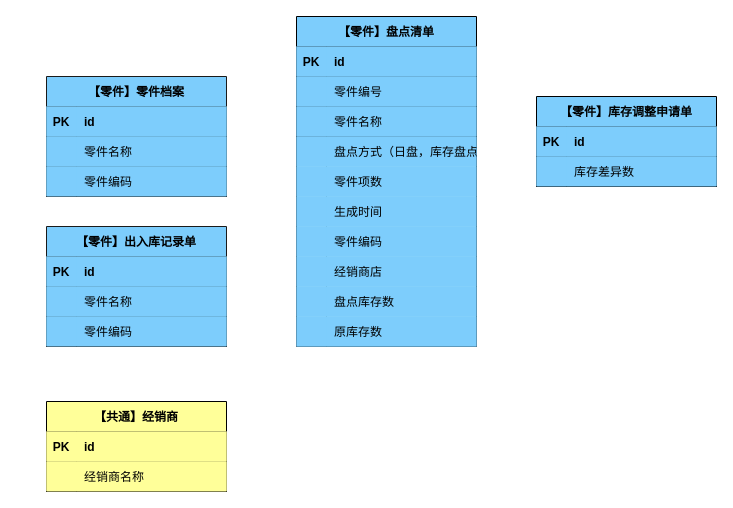
Earlier version of the draw.io diagram page "聚合根" (5 of 6) of 库存管理-库存盘点.drawio (1132489442/gitRepository1). Source tidied: cells renumbered, new cells numbered last; positions are measured from the earlier drawing's top-left corner, leaving out a move shared by most shapes. Both pictures are drawn from the tidied source at 100%, with x=0, y=0 at pixel (46, 16).
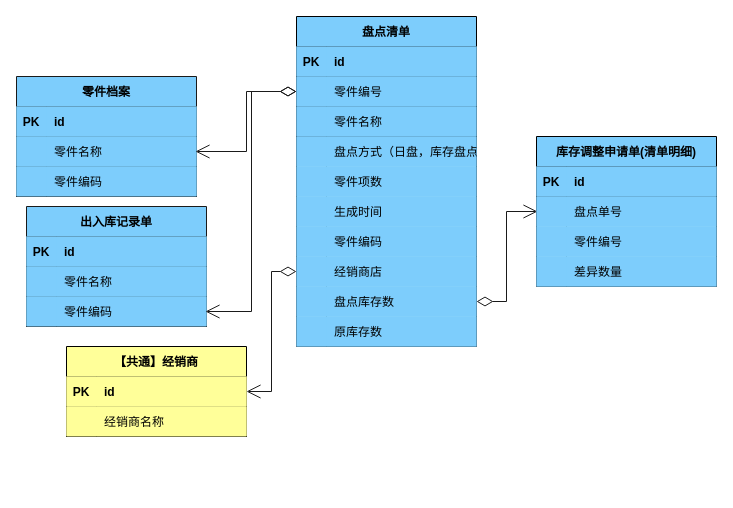
After the change.

Unchanged cells that the change refers to:
```xml
<mxCell id="6" style="shape=tableRow;horizontal=0;startSize=0;swimlaneHead=0;swimlaneBody=0;fillColor=#7DCDFC;points=[[0,0.5],[1,0.5]];portConstraint=eastwest;top=0;left=0;right=0;bottom=1;" parent="2" vertex="1">
  <mxGeometry y="60" width="180" height="30" as="geometry" />
</mxCell>
<mxCell id="24" style="shape=tableRow;horizontal=0;startSize=0;swimlaneHead=0;swimlaneBody=0;fillColor=#7DCDFC;points=[[0,0.5],[1,0.5]];portConstraint=eastwest;top=0;left=0;right=0;bottom=0;" parent="2" vertex="1">
  <mxGeometry y="240" width="180" height="30" as="geometry" />
</mxCell>
<mxCell id="27" style="shape=tableRow;horizontal=0;startSize=0;swimlaneHead=0;swimlaneBody=0;fillColor=#7DCDFC;points=[[0,0.5],[1,0.5]];portConstraint=eastwest;top=0;left=0;right=0;bottom=0;" parent="2" vertex="1">
  <mxGeometry y="270" width="180" height="30" as="geometry" />
</mxCell>
<mxCell id="37" style="shape=tableRow;horizontal=0;startSize=0;swimlaneHead=0;swimlaneBody=0;fillColor=#7DCDFC;points=[[0,0.5],[1,0.5]];portConstraint=eastwest;top=0;left=0;right=0;bottom=1;strokeColor=#1A1A1A;" parent="33" vertex="1">
  <mxGeometry y="60" width="180" height="30" as="geometry" />
</mxCell>
<mxCell id="57" style="shape=tableRow;horizontal=0;startSize=0;swimlaneHead=0;swimlaneBody=0;fillColor=#7DCDFC;points=[[0,0.5],[1,0.5]];portConstraint=eastwest;top=0;left=0;right=0;bottom=1;strokeColor=#1A1A1A;" parent="50" vertex="1">
  <mxGeometry y="90" width="180" height="30" as="geometry" />
</mxCell>
<mxCell id="61" style="shape=tableRow;horizontal=0;startSize=0;swimlaneHead=0;swimlaneBody=0;fillColor=#FFFF99;points=[[0,0.5],[1,0.5]];portConstraint=eastwest;top=0;left=0;right=0;bottom=1;" parent="60" vertex="1">
  <mxGeometry y="30" width="180" height="30" as="geometry" />
</mxCell>
```

What changed in the source:
```diff
@@
-    <mxCell id="2" value="【零件】盘点清单" style="shape=table;startSize=30;childLayout=tableLayout;rowLines=0;fontStyle=1;align=center;fillColor=#7DCDFC;" parent="1" vertex="1">
+    <mxCell id="2" value="盘点清单" style="shape=table;startSize=30;childLayout=tableLayout;rowLines=0;fontStyle=1;align=center;fillColor=#7DCDFC;" parent="1" vertex="1">
       <mxGeometry x="250" width="180" height="330" as="geometry" />
     </mxCell>
@@
-    <mxCell id="33" value="【零件】零件档案" style="shape=table;startSize=30;childLayout=tableLayout;rowLines=0;fontStyle=1;align=center;fillColor=#7DCDFC;strokeColor=#1A1A1A;" parent="1" vertex="1">
-      <mxGeometry y="60" width="180" height="120" as="geometry" />
+    <mxCell id="33" value="零件档案" style="shape=table;startSize=30;childLayout=tableLayout;rowLines=0;fontStyle=1;align=center;fillColor=#7DCDFC;strokeColor=#1A1A1A;" parent="1" vertex="1">
+      <mxGeometry x="-30" y="60" width="180" height="120" as="geometry" />
     </mxCell>
@@
-    <mxCell id="43" value="【零件】库存调整申请单" style="shape=table;startSize=30;childLayout=tableLayout;rowLines=0;fontStyle=1;align=center;fillColor=#7DCDFC;" parent="1" vertex="1">
-      <mxGeometry x="490" y="80" width="180" height="90" as="geometry" />
-    </mxCell>
-    <mxCell id="44" style="shape=tableRow;horizontal=0;startSize=0;swimlaneHead=0;swimlaneBody=0;fillColor=#7DCDFC;top=0;left=0;right=0;bottom=1;" parent="43" vertex="1">
-      <mxGeometry y="30" width="180" height="30" as="geometry" />
-    </mxCell>
-    <mxCell id="45" value="PK" style="shape=partialRectangle;fillColor=#7DCDFC;top=0;left=0;bottom=0;right=0;fontStyle=1;overflow=hidden;" parent="44" vertex="1">
-      <mxGeometry width="30" height="30" as="geometry" />
-    </mxCell>
-    <mxCell id="46" value="id" style="shape=partialRectangle;fillColor=#7DCDFC;top=0;left=0;bottom=0;right=0;align=left;spacingLeft=6;fontStyle=1;overflow=hidden;" parent="44" vertex="1">
-      <mxGeometry x="30" width="150" height="30" as="geometry" />
-    </mxCell>
-    <mxCell id="47" style="shape=tableRow;horizontal=0;startSize=0;swimlaneHead=0;swimlaneBody=0;fillColor=#7DCDFC;top=0;left=0;right=0;bottom=1;fontStyle=0;" parent="43" vertex="1">
-      <mxGeometry y="60" width="180" height="30" as="geometry" />
-    </mxCell>
-    <mxCell id="48" style="shape=partialRectangle;fillColor=#7DCDFC;top=0;left=0;bottom=0;right=0;fontStyle=1;overflow=hidden;" parent="47" vertex="1">
-      <mxGeometry width="30" height="30" as="geometry" />
-    </mxCell>
-    <mxCell id="49" value="库存差异数" style="shape=partialRectangle;fillColor=#7DCDFC;top=0;left=0;bottom=0;right=0;align=left;spacingLeft=6;fontStyle=0;overflow=hidden;" parent="47" vertex="1">
-      <mxGeometry x="30" width="150" height="30" as="geometry" />
-    </mxCell>
-    <mxCell id="50" value="【零件】出入库记录单" style="shape=table;startSize=30;childLayout=tableLayout;rowLines=0;fontStyle=1;align=center;fillColor=#7DCDFC;strokeColor=#1A1A1A;" parent="1" vertex="1">
-      <mxGeometry y="210" width="180" height="120" as="geometry" />
+    <mxCell id="50" value="出入库记录单" style="shape=table;startSize=30;childLayout=tableLayout;rowLines=0;fontStyle=1;align=center;fillColor=#7DCDFC;strokeColor=#1A1A1A;" parent="1" vertex="1">
+      <mxGeometry x="-20" y="190" width="180" height="120" as="geometry" />
     </mxCell>
@@
     <mxCell id="60" value="【共通】经销商" style="shape=table;startSize=30;childLayout=tableLayout;rowLines=0;fontStyle=1;align=center;fillColor=#FFFF99;" parent="1" vertex="1">
-      <mxGeometry y="385" width="180" height="90" as="geometry" />
+      <mxGeometry x="20" y="330" width="180" height="90" as="geometry" />
     </mxCell>
@@
+    <mxCell id="67" style="endArrow=open;html=1;endSize=12;startArrow=diamondThin;startSize=14;startFill=0;edgeStyle=orthogonalEdgeStyle;align=left;verticalAlign=bottom;rounded=0;targetPerimeterSpacing=-1;strokeColor=#1A1A1A;exitX=0;exitY=0.5;exitDx=0;exitDy=0;" parent="1" edge="1" source="6" target="37">
+      <mxGeometry x="-1" y="3" relative="1" as="geometry" />
+    </mxCell>
+    <mxCell id="68" style="endArrow=open;html=1;endSize=12;startArrow=diamondThin;startSize=14;startFill=0;edgeStyle=orthogonalEdgeStyle;align=left;verticalAlign=bottom;rounded=0;targetPerimeterSpacing=-1;strokeColor=#1A1A1A;exitX=0;exitY=0.5;exitDx=0;exitDy=0;" parent="1" edge="1" source="6" target="57">
+      <mxGeometry x="-1" y="3" relative="1" as="geometry" />
+    </mxCell>
+    <mxCell id="69" style="endArrow=open;html=1;endSize=12;startArrow=diamondThin;startSize=14;startFill=0;edgeStyle=orthogonalEdgeStyle;align=left;verticalAlign=bottom;rounded=0;targetPerimeterSpacing=-1;strokeColor=#1A1A1A;entryX=1;entryY=0.5;entryDx=0;entryDy=0;" parent="1" edge="1" source="24" target="61">
+      <mxGeometry x="-1" y="3" relative="1" as="geometry" />
+    </mxCell>
+    <mxCell id="70" style="endArrow=open;html=1;endSize=12;startArrow=diamondThin;startSize=14;startFill=0;edgeStyle=orthogonalEdgeStyle;align=left;verticalAlign=bottom;rounded=0;targetPerimeterSpacing=-1;strokeColor=#1A1A1A;exitX=1;exitY=0.5;exitDx=0;exitDy=0;" parent="1" edge="1" source="27" target="72">
+      <mxGeometry x="-1" y="3" relative="1" as="geometry" />
+    </mxCell>
+    <mxCell id="71" value="库存调整申请单(清单明细)" style="shape=table;startSize=30;childLayout=tableLayout;rowLines=0;fontStyle=1;align=center;fillColor=#7DCDFC;" parent="1" vertex="1">
+      <mxGeometry x="490" y="120" width="180" height="150" as="geometry" />
+    </mxCell>
+    <mxCell id="44" style="shape=tableRow;horizontal=0;startSize=0;swimlaneHead=0;swimlaneBody=0;fillColor=#7DCDFC;top=0;left=0;right=0;bottom=1;" parent="71" vertex="1">
+      <mxGeometry y="30" width="180" height="30" as="geometry" />
+    </mxCell>
+    <mxCell id="45" value="PK" style="shape=partialRectangle;fillColor=#7DCDFC;top=0;left=0;bottom=0;right=0;fontStyle=1;overflow=hidden;" parent="44" vertex="1">
+      <mxGeometry width="30" height="30" as="geometry" />
+    </mxCell>
+    <mxCell id="46" value="id" style="shape=partialRectangle;fillColor=#7DCDFC;top=0;left=0;bottom=0;right=0;align=left;spacingLeft=6;fontStyle=1;overflow=hidden;" parent="44" vertex="1">
+      <mxGeometry x="30" width="150" height="30" as="geometry" />
+    </mxCell>
+    <mxCell id="72" style="shape=tableRow;horizontal=0;startSize=0;swimlaneHead=0;swimlaneBody=0;fillColor=#7DCDFC;points=[[0,0.5],[1,0.5]];portConstraint=eastwest;top=0;left=0;right=0;bottom=0;" parent="71" vertex="1">
+      <mxGeometry y="60" width="180" height="30" as="geometry" />
+    </mxCell>
+    <mxCell id="73" style="shape=partialRectangle;fillColor=#7DCDFC;top=0;left=0;bottom=0;right=0;overflow=hidden;" parent="72" vertex="1">
+      <mxGeometry width="30" height="30" as="geometry" />
+    </mxCell>
+    <mxCell id="74" value="盘点单号" style="shape=partialRectangle;fillColor=#7DCDFC;top=0;left=0;bottom=0;right=0;align=left;spacingLeft=6;overflow=hidden;" parent="72" vertex="1">
+      <mxGeometry x="30" width="150" height="30" as="geometry" />
+    </mxCell>
+    <mxCell id="75" style="shape=tableRow;horizontal=0;startSize=0;swimlaneHead=0;swimlaneBody=0;fillColor=#7DCDFC;top=0;left=0;right=0;bottom=0;" parent="71" vertex="1">
+      <mxGeometry y="90" width="180" height="30" as="geometry" />
+    </mxCell>
+    <mxCell id="76" style="shape=partialRectangle;fillColor=#7DCDFC;top=0;left=0;bottom=0;right=0;overflow=hidden;" parent="75" vertex="1">
+      <mxGeometry width="30" height="30" as="geometry" />
+    </mxCell>
+    <mxCell id="77" value="零件编号" style="shape=partialRectangle;fillColor=#7DCDFC;top=0;left=0;bottom=0;right=0;align=left;spacingLeft=6;overflow=hidden;" parent="75" vertex="1">
+      <mxGeometry x="30" width="150" height="30" as="geometry" />
+    </mxCell>
+    <mxCell id="78" style="shape=tableRow;horizontal=0;startSize=0;swimlaneHead=0;swimlaneBody=0;fillColor=#7DCDFC;top=0;left=0;right=0;bottom=0;" parent="71" vertex="1">
+      <mxGeometry y="120" width="180" height="30" as="geometry" />
+    </mxCell>
+    <mxCell id="79" style="shape=partialRectangle;fillColor=#7DCDFC;top=0;left=0;bottom=0;right=0;overflow=hidden;" parent="78" vertex="1">
+      <mxGeometry width="30" height="30" as="geometry" />
+    </mxCell>
+    <mxCell id="80" value="差异数量" style="shape=partialRectangle;fillColor=#7DCDFC;top=0;left=0;bottom=0;right=0;align=left;spacingLeft=6;overflow=hidden;" parent="78" vertex="1">
+      <mxGeometry x="30" width="150" height="30" as="geometry" />
+    </mxCell>
```
